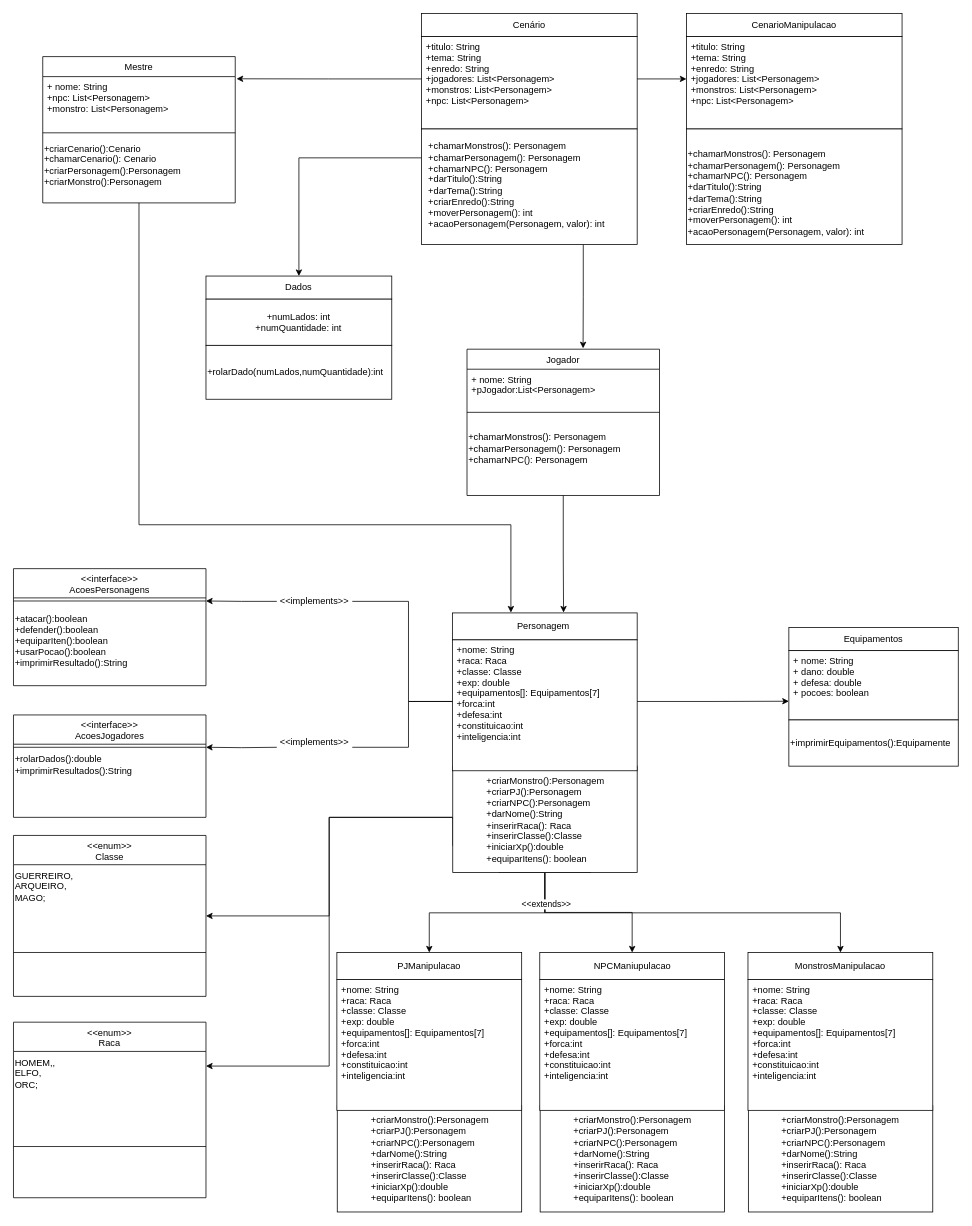
Above: diagrama-trabalho-final-rpg.drawio in MrMoisesNoah/MestresDoRPG-trabalho-programaVemSerDBC (draw.io), before the change. Source tidied: cells renumbered, new cells numbered last; positions are measured from the earlier drawing's top-left corner, leaving out a move shared by most shapes. Both pictures are drawn from the tidied source at 77%, with x=0, y=0 at pixel (13, 13).
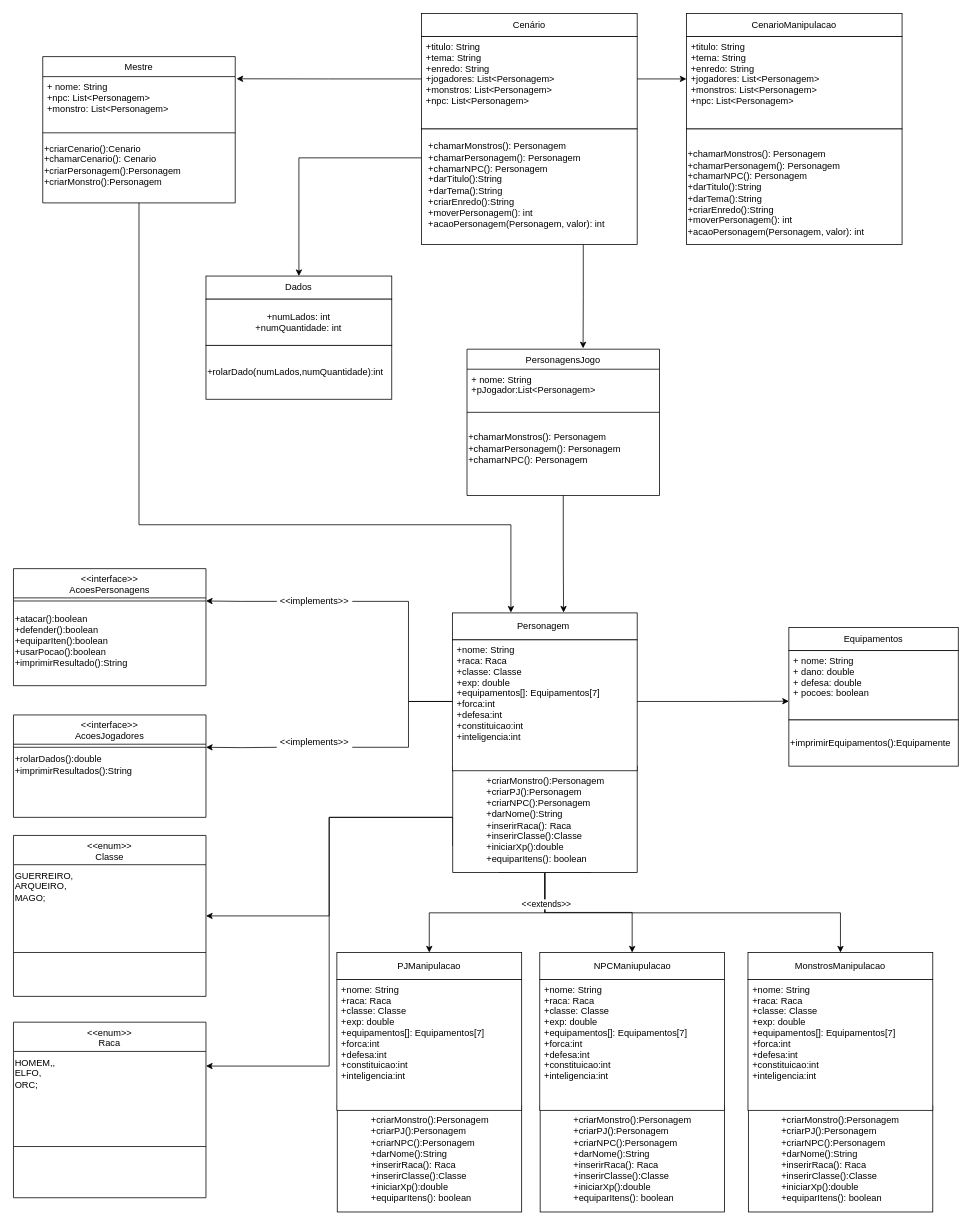
Above is the later version.

What changed in the source:
```diff
@@
-    <mxCell id="38" value="Jogador" style="swimlane;fontStyle=0;align=center;verticalAlign=top;horizontal=1;startSize=26;rounded=0;shadow=0;strokeWidth=1;" parent="1" vertex="1">
+    <mxCell id="38" value="PersonagensJogo" style="swimlane;fontStyle=0;align=center;verticalAlign=top;horizontal=1;startSize=26;rounded=0;shadow=0;strokeWidth=1;" parent="1" vertex="1">
       <mxGeometry x="589" y="436" width="250" height="190" as="geometry" />
     </mxCell>
```
